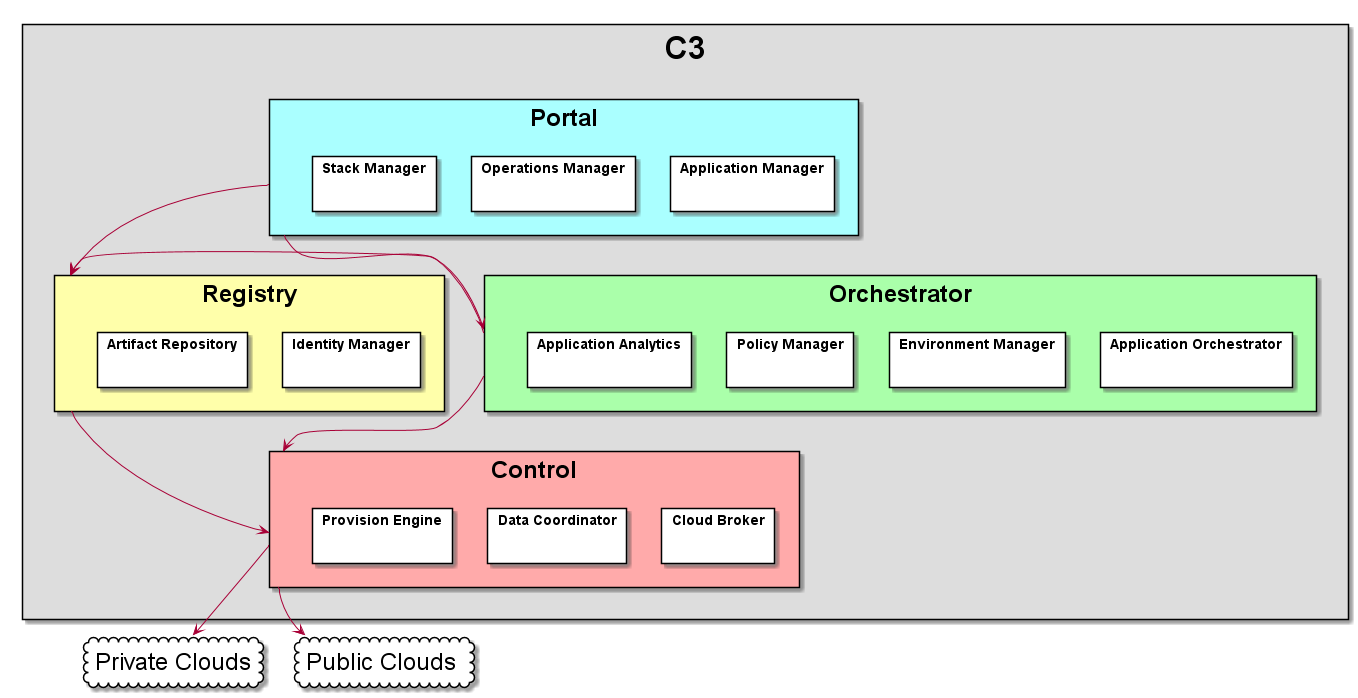
This is docs/Architecture.png from CAADE/C3, a PlantUML export, as it was before one commit.
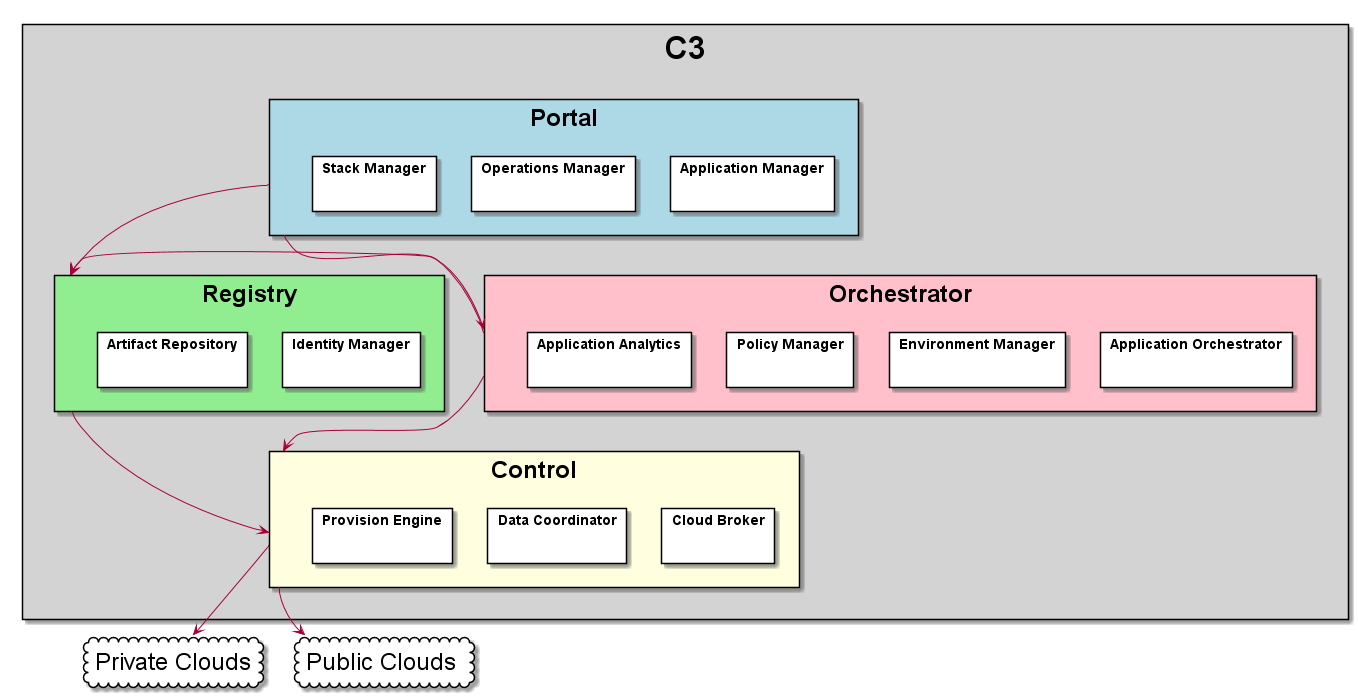
Later version of the same file.

Change to the diagram source:
```diff
@@ -2,24 +2,24 @@
 
 skinparam packageStyle rect
 
-package <size:32>C3</size> #dddddd {
-    package "<size:24>Portal</size>" as P #aaffff {
+package <size:32>C3</size> #lightgray {
+    package "<size:24>Portal</size>" as P #lightblue {
         package "Application Manager" { }
         package "Operations Manager" { }
         package "Stack Manager" { }
     }
-    package "<size:24>Orchestrator</size>" as O #aaffaa {
+    package "<size:24>Orchestrator</size>" as O #pink {
         package "Application Orchestrator" { }
         package "Environment Manager" { }
         package "Policy Manager" { }
         package "Application Analytics" { }
     }
-    package "<size:24>Registry</size>" as R #ffffaa {
+    package "<size:24>Registry</size>" as R #lightgreen {
         package "Identity Manager" { }
         package "Artifact Repository" { }
     }
 
-    package "<size:24>Control</size>" as C #ffaaaa {
+    package "<size:24>Control</size>" as C #lightyellow {
         package "Cloud Broker" { }
         package "Data Coordinator" { }
         package "Provision Engine" { }
```
